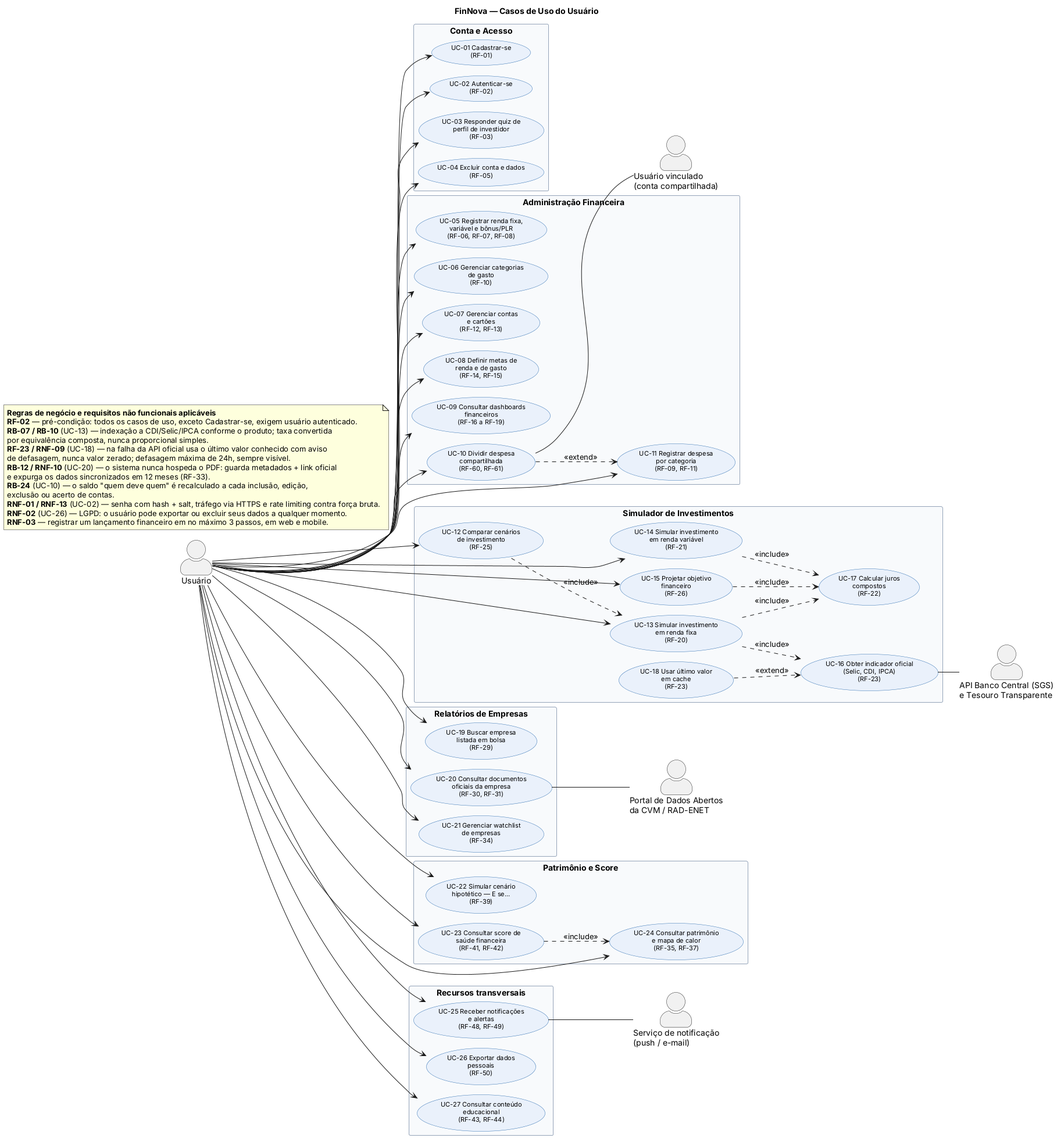
Earlier version of the PlantUML export docs/04-casos-de-uso/casos-de-uso-usuario.png (EricToshioGoya/Finance-management). Source of this version:
```plantuml
@startuml casos-de-uso-usuario
!pragma layout smetana
left to right direction
skinparam actorStyle awesome
skinparam shadowing false
skinparam defaultFontName Helvetica
skinparam packageStyle rectangle
skinparam usecase {
  BackgroundColor #EAF1FB
  BorderColor #2B6CB0
  FontSize 11
}
skinparam package {
  BackgroundColor #F8FAFC
  BorderColor #94A3B8
}
title FinNova — Casos de Uso do Usuário

actor "Usuário" as U
actor "Usuário vinculado\n(conta compartilhada)" as UV
actor "API Banco Central (SGS)\ne Tesouro Transparente" as BCB
actor "Portal de Dados Abertos\nda CVM / RAD-ENET" as CVM
actor "Serviço de notificação\n(push / e-mail)" as NOT

package "Conta e Acesso" {
  usecase "UC-01 Cadastrar-se\n(RF-01)" as UC01
  usecase "UC-02 Autenticar-se\n(RF-02)" as UC02
  usecase "UC-03 Responder quiz de\nperfil de investidor\n(RF-03)" as UC03
  usecase "UC-04 Excluir conta e dados\n(RF-05)" as UC04
}

package "Administração Financeira" {
  usecase "UC-05 Registrar renda fixa,\nvariável e bônus/PLR\n(RF-06, RF-07, RF-08)" as UC05
  usecase "UC-06 Gerenciar categorias\nde gasto\n(RF-10)" as UC06
  usecase "UC-07 Gerenciar contas\ne cartões\n(RF-12, RF-13)" as UC07
  usecase "UC-08 Definir metas de\nrenda e de gasto\n(RF-14, RF-15)" as UC08
  usecase "UC-09 Consultar dashboards\nfinanceiros\n(RF-16 a RF-19)" as UC09
  usecase "UC-10 Dividir despesa\ncompartilhada\n(RF-60, RF-61)" as UC10
  usecase "UC-11 Registrar despesa\npor categoria\n(RF-09, RF-11)" as UC11
}

package "Simulador de Investimentos" {
  usecase "UC-12 Comparar cenários\nde investimento\n(RF-25)" as UC12
  usecase "UC-13 Simular investimento\nem renda fixa\n(RF-20)" as UC13
  usecase "UC-14 Simular investimento\nem renda variável\n(RF-21)" as UC14
  usecase "UC-15 Projetar objetivo\nfinanceiro\n(RF-26)" as UC15
  usecase "UC-16 Obter indicador oficial\n(Selic, CDI, IPCA)\n(RF-23)" as UC16
  usecase "UC-17 Calcular juros\ncompostos\n(RF-22)" as UC17
  usecase "UC-18 Usar último valor\nem cache\n(RF-23)" as UC18
}

package "Relatórios de Empresas" {
  usecase "UC-19 Buscar empresa\nlistada em bolsa\n(RF-29)" as UC19
  usecase "UC-20 Consultar documentos\noficiais da empresa\n(RF-30, RF-31)" as UC20
  usecase "UC-21 Gerenciar watchlist\nde empresas\n(RF-34)" as UC21
}

package "Patrimônio e Score" {
  usecase "UC-22 Simular cenário\nhipotético — E se...\n(RF-39)" as UC22
  usecase "UC-23 Consultar score de\nsaúde financeira\n(RF-41, RF-42)" as UC23
  usecase "UC-24 Consultar patrimônio\ne mapa de calor\n(RF-35, RF-37)" as UC24
}

package "Recursos transversais" {
  usecase "UC-25 Receber notificações\ne alertas\n(RF-48, RF-49)" as UC25
  usecase "UC-26 Exportar dados\npessoais\n(RF-50)" as UC26
  usecase "UC-27 Consultar conteúdo\neducacional\n(RF-43, RF-44)" as UC27
}

U --> UC01
U --> UC02
U --> UC03
U --> UC04
U --> UC05
U --> UC06
U --> UC07
U --> UC08
U --> UC09
U --> UC10
U --> UC11
U --> UC12
U --> UC13
U --> UC14
U --> UC15
U --> UC19
U --> UC20
U --> UC21
U --> UC22
U --> UC23
U --> UC24
U --> UC25
U --> UC26
U --> UC27

UC10 -- UV

UC10 ..> UC11 : <<extend>>
UC12 ..> UC13 : <<include>>
UC13 ..> UC16 : <<include>>
UC13 ..> UC17 : <<include>>
UC14 ..> UC17 : <<include>>
UC15 ..> UC17 : <<include>>
UC18 ..> UC16 : <<extend>>
UC23 ..> UC24 : <<include>>

UC16 -- BCB
UC20 -- CVM
UC25 -- NOT

note as N
  <b>Regras de negócio e requisitos não funcionais aplicáveis</b>
  <b>RF-02</b> — pré-condição: todos os casos de uso, exceto Cadastrar-se, exigem usuário autenticado.
  <b>RB-07 / RB-10</b> (UC-13) — indexação a CDI/Selic/IPCA conforme o produto; taxa convertida
  por equivalência composta, nunca proporcional simples.
  <b>RF-23 / RNF-09</b> (UC-18) — na falha da API oficial usa o último valor conhecido com aviso
  de defasagem, nunca valor zerado; defasagem máxima de 24h, sempre visível.
  <b>RB-12 / RNF-10</b> (UC-20) — o sistema nunca hospeda o PDF: guarda metadados + link oficial
  e expurga os dados sincronizados em 12 meses (RF-33).
  <b>RB-24</b> (UC-10) — o saldo "quem deve quem" é recalculado a cada inclusão, edição,
  exclusão ou acerto de contas.
  <b>RNF-01 / RNF-13</b> (UC-02) — senha com hash + salt, tráfego via HTTPS e rate limiting contra força bruta.
  <b>RNF-02</b> (UC-26) — LGPD: o usuário pode exportar ou excluir seus dados a qualquer momento.
  <b>RNF-03</b> — registrar um lançamento financeiro em no máximo 3 passos, em web e mobile.
end note

@enduml
```
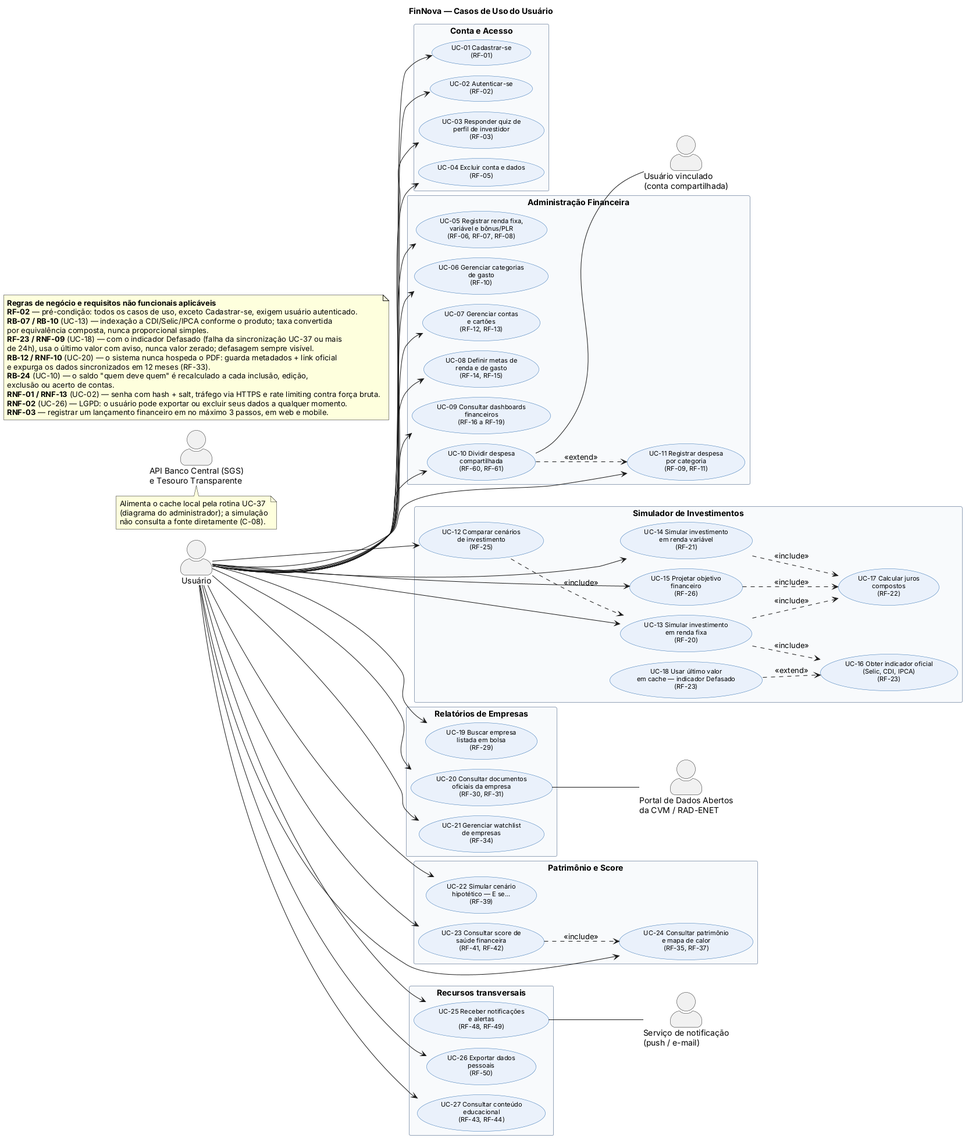
The same file after the commit.

Diff of the diagram source:
```diff
@@ -46,7 +46,7 @@
   usecase "UC-15 Projetar objetivo\nfinanceiro\n(RF-26)" as UC15
   usecase "UC-16 Obter indicador oficial\n(Selic, CDI, IPCA)\n(RF-23)" as UC16
   usecase "UC-17 Calcular juros\ncompostos\n(RF-22)" as UC17
-  usecase "UC-18 Usar último valor\nem cache\n(RF-23)" as UC18
+  usecase "UC-18 Usar último valor\nem cache — indicador Defasado\n(RF-23)" as UC18
 }
 
 package "Relatórios de Empresas" {
@@ -103,7 +103,11 @@
 UC18 ..> UC16 : <<extend>>
 UC23 ..> UC24 : <<include>>
 
-UC16 -- BCB
+note bottom of BCB
+  Alimenta o cache local pela rotina UC-37
+  (diagrama do administrador); a simulação
+  não consulta a fonte diretamente (C-08).
+end note
 UC20 -- CVM
 UC25 -- NOT
 
@@ -112,8 +116,8 @@
   <b>RF-02</b> — pré-condição: todos os casos de uso, exceto Cadastrar-se, exigem usuário autenticado.
   <b>RB-07 / RB-10</b> (UC-13) — indexação a CDI/Selic/IPCA conforme o produto; taxa convertida
   por equivalência composta, nunca proporcional simples.
-  <b>RF-23 / RNF-09</b> (UC-18) — na falha da API oficial usa o último valor conhecido com aviso
-  de defasagem, nunca valor zerado; defasagem máxima de 24h, sempre visível.
+  <b>RF-23 / RNF-09</b> (UC-18) — com o indicador Defasado (falha da sincronização UC-37 ou mais
+  de 24h), usa o último valor com aviso, nunca valor zerado; defasagem sempre visível.
   <b>RB-12 / RNF-10</b> (UC-20) — o sistema nunca hospeda o PDF: guarda metadados + link oficial
   e expurga os dados sincronizados em 12 meses (RF-33).
   <b>RB-24</b> (UC-10) — o saldo "quem deve quem" é recalculado a cada inclusão, edição,
```
